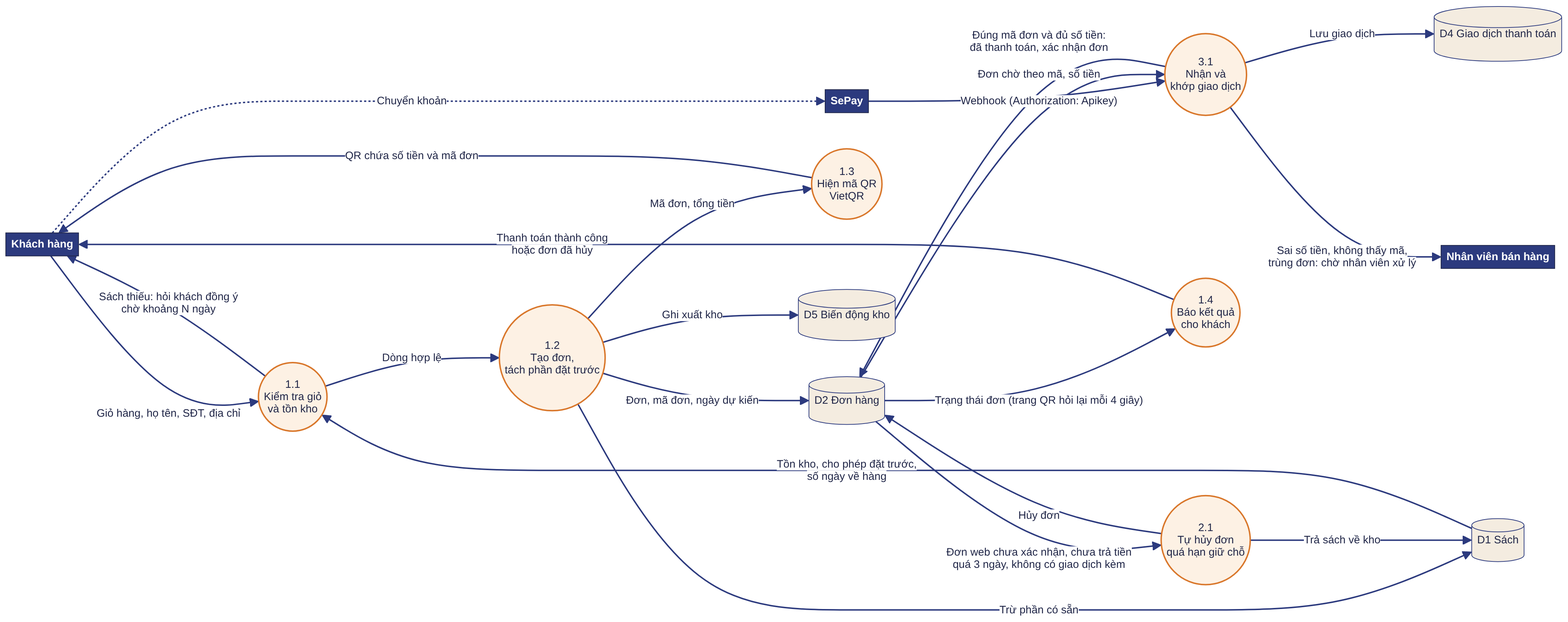
Above: docs/diagrams/DFD_muc_2_dat_hang_thanh_toan.png in tonga-ai-star/HEPSTORE_JAPAN_FULL (Mermaid), before the change. Its source is kept beside it as docs/diagrams/DFD_muc_2_dat_hang_thanh_toan.mmd.
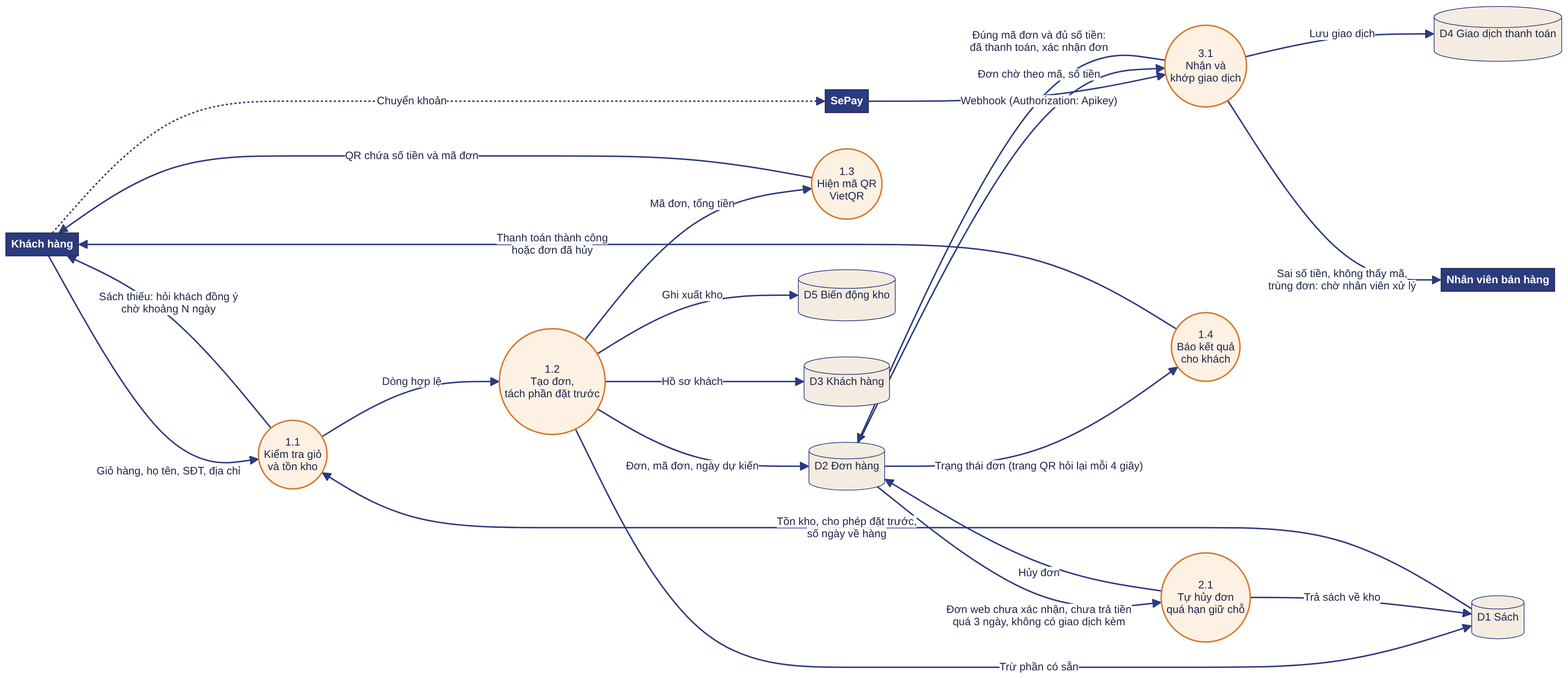
Above is the later version.

The edit, as a diff of the source:
```diff
@@ -12,6 +12,8 @@
   D2[("D2 Đơn hàng")]:::store
   D4[("D4 Giao dịch thanh toán")]:::store
   D5[("D5 Biến động kho")]:::store
+  D3[("D3 Khách hàng")]:::store
+  P12 -- "Hồ sơ khách" --> D3
   KH -- "Giỏ hàng, họ tên, SĐT, địa chỉ" --> P11
   D1 -- "Tồn kho, cho phép đặt trước,<br/>số ngày về hàng" --> P11
   P11 -- "Sách thiếu: hỏi khách đồng ý<br/>chờ khoảng N ngày" --> KH
```
